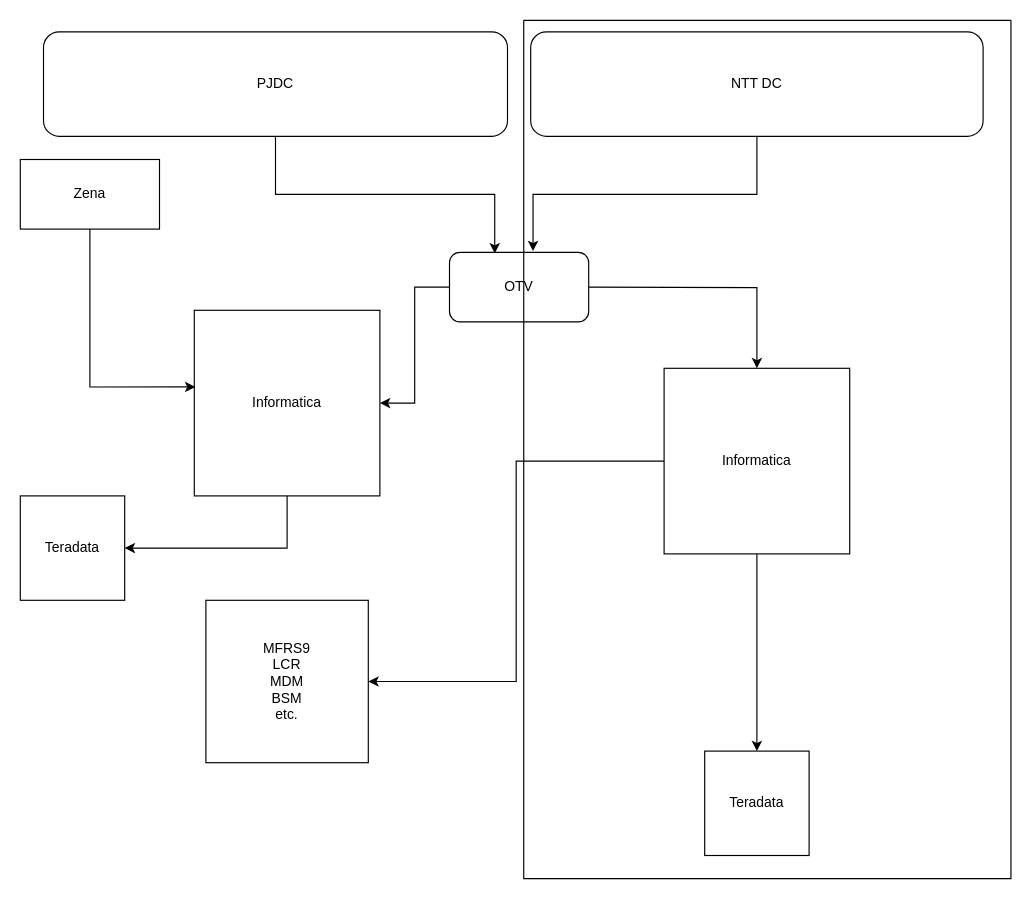
Before: redw.drawio in nornikmanabdrahim/misc-script, a draw.io diagram. Source tidied: cells renumbered, new cells numbered last; positions are measured from the earlier drawing's top-left corner, leaving out a move shared by most shapes. Both pictures are drawn from the tidied source at 116%, with x=0, y=0 at pixel (20, 20).
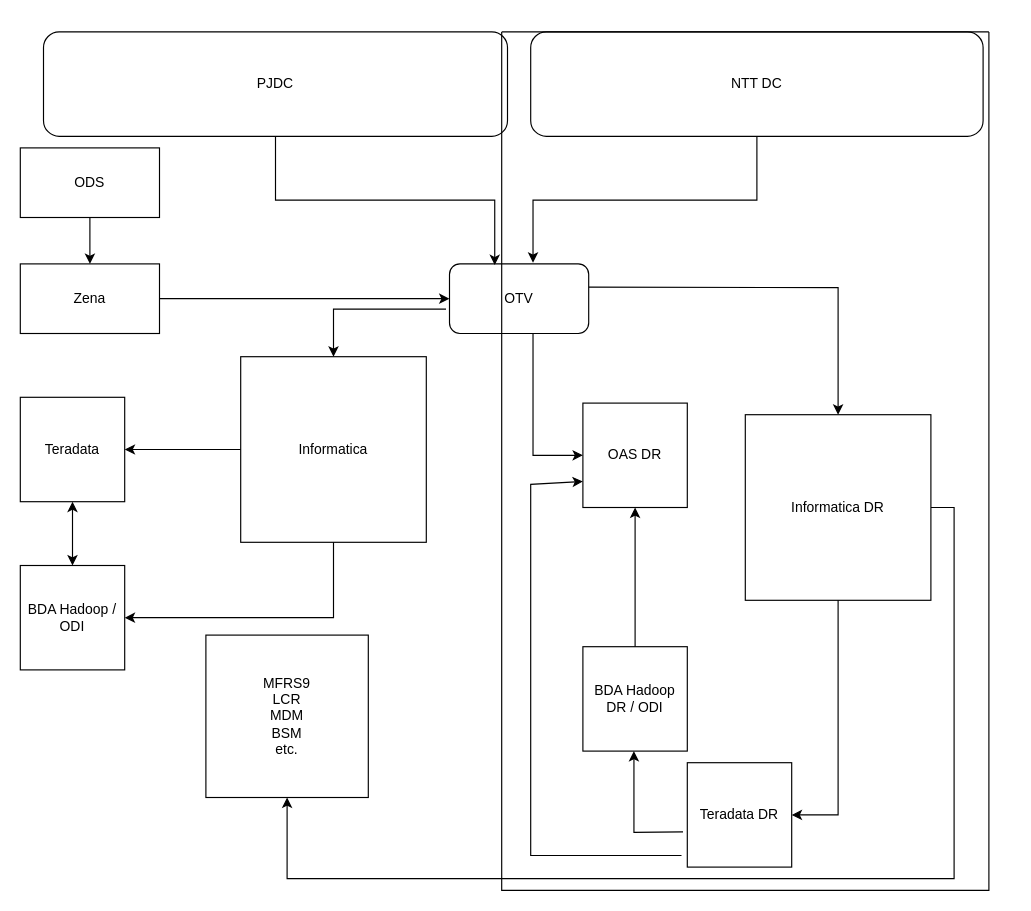
After the change.

The edit, as a diff of the source:
```diff
@@
-    <mxCell id="2" style="edgeStyle=orthogonalEdgeStyle;rounded=0;jettySize=auto;html=1;exitX=0.5;exitY=1;exitDx=0;exitDy=0;entryX=1;entryY=0.5;entryDx=0;entryDy=0;" parent="1" edge="1" source="3" target="10">
-      <mxGeometry relative="1" as="geometry" />
-    </mxCell>
     <mxCell id="3" value="Informatica" style="whiteSpace=wrap;html=1;" parent="1" vertex="1">
-      <mxGeometry x="150" y="250" width="160" height="160" as="geometry" />
+      <mxGeometry x="190" y="290" width="160" height="160" as="geometry" />
     </mxCell>
-    <mxCell id="4" style="edgeStyle=orthogonalEdgeStyle;rounded=0;jettySize=auto;html=1;entryX=1;entryY=0.5;entryDx=0;entryDy=0;" parent="1" edge="1" source="5" target="11">
-      <mxGeometry relative="1" as="geometry" />
+    <mxCell id="4" style="edgeStyle=orthogonalEdgeStyle;rounded=0;jettySize=auto;html=1;entryX=0.5;entryY=1;entryDx=0;entryDy=0;exitX=1;exitY=0.5;exitDx=0;exitDy=0;" parent="1" edge="1" source="5" target="11">
+      <mxGeometry relative="1" as="geometry">
+        <Array as="points">
+          <mxPoint x="805" y="420" />
+          <mxPoint x="805" y="740" />
+          <mxPoint x="230" y="740" />
+        </Array>
+      </mxGeometry>
     </mxCell>
-    <mxCell id="5" value="Informatica" style="whiteSpace=wrap;html=1;" parent="1" vertex="1">
-      <mxGeometry x="555" y="300" width="160" height="160" as="geometry" />
-    </mxCell>
@@
     <mxCell id="8" value="Zena" style="rounded=0;whiteSpace=wrap;html=1;" parent="1" vertex="1">
-      <mxGeometry y="120" width="120" height="60" as="geometry" />
+      <mxGeometry y="210" width="120" height="60" as="geometry" />
     </mxCell>
-    <mxCell id="9" value="Teradata" style="whiteSpace=wrap;html=1;" parent="1" vertex="1">
-      <mxGeometry x="590" y="630" width="90" height="90" as="geometry" />
-    </mxCell>
     <mxCell id="10" value="Teradata" style="whiteSpace=wrap;html=1;" parent="1" vertex="1">
-      <mxGeometry y="410" width="90" height="90" as="geometry" />
+      <mxGeometry y="325" width="90" height="90" as="geometry" />
     </mxCell>
     <mxCell id="11" value="MFRS9&lt;div&gt;LCR&lt;/div&gt;&lt;div&gt;MDM&lt;/div&gt;&lt;div&gt;BSM&lt;/div&gt;&lt;div&gt;etc.&lt;/div&gt;" style="whiteSpace=wrap;html=1;" parent="1" vertex="1">
-      <mxGeometry x="160" y="500" width="140" height="140" as="geometry" />
+      <mxGeometry x="160" y="530" width="140" height="140" as="geometry" />
     </mxCell>
-    <mxCell id="12" style="edgeStyle=orthogonalEdgeStyle;rounded=0;jettySize=auto;html=1;exitX=0.5;exitY=1;exitDx=0;exitDy=0;entryX=0.006;entryY=0.413;entryDx=0;entryDy=0;entryPerimeter=0;" parent="1" edge="1" source="8" target="3">
-      <mxGeometry relative="1" as="geometry" />
-    </mxCell>
-    <mxCell id="13" style="endArrow=classic;html=1;rounded=0;entryX=0.5;entryY=0;entryDx=0;entryDy=0;exitX=0.5;exitY=1;exitDx=0;exitDy=0;" parent="1" edge="1" source="5" target="9">
-      <mxGeometry relative="1" as="geometry" />
-    </mxCell>
-    <mxCell id="14" style="edgeStyle=orthogonalEdgeStyle;rounded=0;jettySize=auto;html=1;exitX=0;exitY=0.5;exitDx=0;exitDy=0;" parent="1" edge="1" source="16" target="3">
+    <mxCell id="14" style="edgeStyle=orthogonalEdgeStyle;rounded=0;jettySize=auto;html=1;exitX=-0.025;exitY=0.65;exitDx=0;exitDy=0;exitPerimeter=0;" parent="1" edge="1" source="16" target="3">
       <mxGeometry relative="1" as="geometry" />
     </mxCell>
@@
     <mxCell id="16" value="OTV" style="rounded=1;whiteSpace=wrap;html=1;" parent="1" vertex="1">
-      <mxGeometry x="370" y="200" width="120" height="60" as="geometry" />
+      <mxGeometry x="370" y="210" width="120" height="60" as="geometry" />
     </mxCell>
@@
     <mxCell id="19" style="swimlane;startSize=0;" parent="1" vertex="1">
-      <mxGeometry x="434" width="420" height="740" as="geometry" />
+      <mxGeometry x="415" y="10" width="420" height="740" as="geometry" />
     </mxCell>
+    <mxCell id="20" value="BDA Hadoop DR / ODI" style="whiteSpace=wrap;html=1;" parent="19" vertex="1">
+      <mxGeometry x="70" y="530" width="90" height="90" as="geometry" />
+    </mxCell>
+    <mxCell id="9" value="Teradata DR" style="whiteSpace=wrap;html=1;" parent="19" vertex="1">
+      <mxGeometry x="160" y="630" width="90" height="90" as="geometry" />
+    </mxCell>
+    <mxCell id="21" value="OAS DR" style="whiteSpace=wrap;html=1;" parent="19" vertex="1">
+      <mxGeometry x="70" y="320" width="90" height="90" as="geometry" />
+    </mxCell>
+    <mxCell id="5" value="Informatica DR" style="whiteSpace=wrap;html=1;" parent="19" vertex="1">
+      <mxGeometry x="210" y="330" width="160" height="160" as="geometry" />
+    </mxCell>
+    <mxCell id="22" style="endArrow=classic;html=1;rounded=0;exitX=0.5;exitY=0;exitDx=0;exitDy=0;entryX=0.5;entryY=1;entryDx=0;entryDy=0;" parent="19" edge="1" source="20" target="21">
+      <mxGeometry relative="1" as="geometry" />
+    </mxCell>
+    <mxCell id="23" style="endArrow=classic;html=1;rounded=0;exitX=-0.041;exitY=0.663;exitDx=0;exitDy=0;exitPerimeter=0;" parent="19" edge="1" source="9">
+      <mxGeometry relative="1" as="geometry">
+        <mxPoint x="114" y="620" as="targetPoint" />
+        <Array as="points">
+          <mxPoint x="114" y="690" />
+        </Array>
+      </mxGeometry>
+    </mxCell>
+    <mxCell id="13" style="endArrow=classic;html=1;rounded=0;exitX=0.5;exitY=1;exitDx=0;exitDy=0;entryX=1;entryY=0.5;entryDx=0;entryDy=0;" parent="19" edge="1" source="5" target="9">
+      <mxGeometry relative="1" as="geometry">
+        <Array as="points">
+          <mxPoint x="290" y="675" />
+        </Array>
+      </mxGeometry>
+    </mxCell>
+    <mxCell id="24" style="endArrow=classic;html=1;rounded=0;entryX=0;entryY=0.75;entryDx=0;entryDy=0;" parent="19" edge="1" target="21">
+      <mxGeometry relative="1" as="geometry">
+        <mxPoint x="155" y="710" as="sourcePoint" />
+        <Array as="points">
+          <mxPoint x="25" y="710" />
+          <mxPoint x="25" y="390" />
+        </Array>
+      </mxGeometry>
+    </mxCell>
+    <mxCell id="25" value="BDA Hadoop / ODI" style="whiteSpace=wrap;html=1;" parent="1" vertex="1">
+      <mxGeometry y="470" width="90" height="90" as="geometry" />
+    </mxCell>
+    <mxCell id="2" style="edgeStyle=orthogonalEdgeStyle;rounded=0;jettySize=auto;html=1;exitX=0;exitY=0.5;exitDx=0;exitDy=0;entryX=1;entryY=0.5;entryDx=0;entryDy=0;" parent="1" edge="1" source="3" target="10">
+      <mxGeometry relative="1" as="geometry" />
+    </mxCell>
+    <mxCell id="26" style="edgeStyle=orthogonalEdgeStyle;rounded=0;jettySize=auto;html=1;exitX=0.5;exitY=1;exitDx=0;exitDy=0;entryX=1;entryY=0.5;entryDx=0;entryDy=0;" parent="1" edge="1" source="3" target="25">
+      <mxGeometry relative="1" as="geometry" />
+    </mxCell>
+    <mxCell id="27" style="edgeStyle=orthogonalEdgeStyle;rounded=0;jettySize=auto;html=1;exitX=0.5;exitY=1;exitDx=0;exitDy=0;entryX=0.5;entryY=0;entryDx=0;entryDy=0;" parent="1" edge="1" source="28" target="8">
+      <mxGeometry relative="1" as="geometry" />
+    </mxCell>
+    <mxCell id="28" value="ODS" style="rounded=0;whiteSpace=wrap;html=1;" parent="1" vertex="1">
+      <mxGeometry y="110" width="120" height="60" as="geometry" />
+    </mxCell>
+    <mxCell id="29" style="endArrow=classic;html=1;rounded=0;entryX=0;entryY=0.5;entryDx=0;entryDy=0;exitX=1;exitY=0.5;exitDx=0;exitDy=0;" parent="1" edge="1" source="8" target="16">
+      <mxGeometry relative="1" as="geometry" />
+    </mxCell>
+    <mxCell id="30" style="endArrow=classic;startArrow=classic;html=1;rounded=0;exitX=0.5;exitY=0;exitDx=0;exitDy=0;entryX=0.5;entryY=1;entryDx=0;entryDy=0;" parent="1" edge="1" source="25" target="10">
+      <mxGeometry relative="1" as="geometry" />
+    </mxCell>
+    <mxCell id="31" style="endArrow=classic;html=1;rounded=0;entryX=0;entryY=0.5;entryDx=0;entryDy=0;" parent="1" edge="1" target="21">
+      <mxGeometry relative="1" as="geometry">
+        <mxPoint x="442" y="270" as="sourcePoint" />
+        <Array as="points">
+          <mxPoint x="442" y="375" />
+        </Array>
+      </mxGeometry>
+    </mxCell>
```
